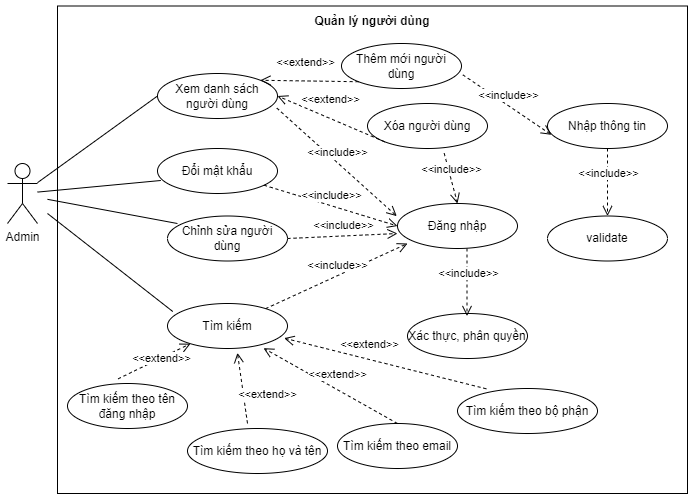
Before: diagram/usecase/9.QLND.png, a diagram exported from draw.io (trankhoa2000/DATN-2022). Source tidied: cells renumbered, new cells last; positions are measured from the earlier drawing's top-left corner, leaving out a move shared by most shapes.
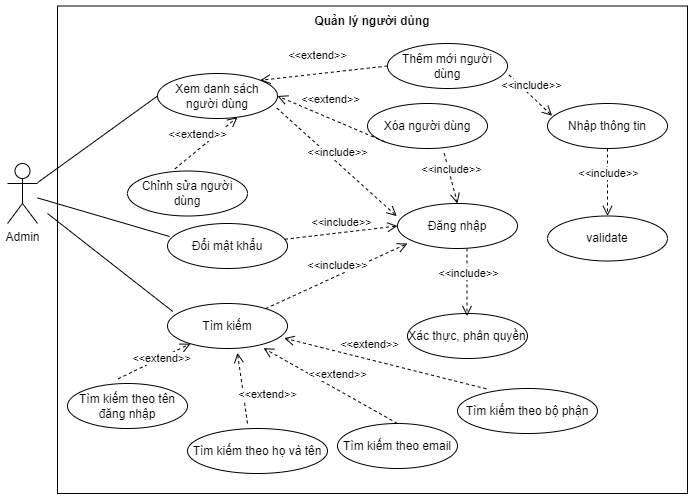
Later version of the same file.

What changed in the source:
```diff
@@ -17,16 +17,16 @@
     <mxCell id="6" value="Đăng nhập" style="ellipse;whiteSpace=wrap;html=1;fillColor=none;" parent="1" vertex="1">
       <mxGeometry x="390" y="198" width="120" height="45" as="geometry" />
     </mxCell>
-    <mxCell id="7" value="&amp;lt;&amp;lt;include&amp;gt;&amp;gt;" style="html=1;verticalAlign=bottom;endArrow=open;dashed=1;endSize=8;rounded=0;entryX=0.033;entryY=0.696;entryDx=0;entryDy=0;exitX=1.011;exitY=0.696;exitDx=0;exitDy=0;exitPerimeter=0;entryPerimeter=0;" parent="1" edge="1" source="9" target="11">
+    <mxCell id="7" value="&amp;lt;&amp;lt;include&amp;gt;&amp;gt;" style="html=1;verticalAlign=bottom;endArrow=open;dashed=1;endSize=8;rounded=0;entryX=0.039;entryY=0.274;entryDx=0;entryDy=0;exitX=1.011;exitY=0.696;exitDx=0;exitDy=0;exitPerimeter=0;entryPerimeter=0;" parent="1" edge="1" source="9" target="11">
       <mxGeometry x="0.01" y="1" relative="1" as="geometry" />
     </mxCell>
     <mxCell id="8" value="Xem danh sách người dùng" style="ellipse;whiteSpace=wrap;html=1;fillColor=none;" parent="1" vertex="1">
       <mxGeometry x="150" y="68" width="120" height="45" as="geometry" />
     </mxCell>
     <mxCell id="9" value="Thêm mới người dùng" style="ellipse;whiteSpace=wrap;html=1;fillColor=none;" parent="1" vertex="1">
-      <mxGeometry x="334" y="38" width="120" height="45" as="geometry" />
+      <mxGeometry x="380" y="38" width="120" height="45" as="geometry" />
     </mxCell>
-    <mxCell id="10" value="&amp;lt;&amp;lt;extend&amp;gt;&amp;gt;" style="html=1;verticalAlign=bottom;endArrow=open;dashed=1;endSize=8;rounded=0;strokeWidth=1;exitX=0;exitY=1;exitDx=0;exitDy=0;entryX=1;entryY=0;entryDx=0;entryDy=0;" parent="1" edge="1" source="9" target="8">
+    <mxCell id="10" value="&amp;lt;&amp;lt;extend&amp;gt;&amp;gt;" style="html=1;verticalAlign=bottom;endArrow=open;dashed=1;endSize=8;rounded=0;strokeWidth=1;exitX=0;exitY=0.5;exitDx=0;exitDy=0;entryX=1;entryY=0;entryDx=0;entryDy=0;" parent="1" edge="1" source="9" target="8">
       <mxGeometry x="0.08" y="-9" relative="1" as="geometry" />
     </mxCell>
     <mxCell id="11" value="Nhập thông tin" style="ellipse;whiteSpace=wrap;html=1;fillColor=none;" parent="1" vertex="1">
@@ -42,16 +42,8 @@
       <mxGeometry x="0.01" y="1" relative="1" as="geometry" />
     </mxCell>
     <mxCell id="15" value="Chỉnh sửa người dùng" style="ellipse;whiteSpace=wrap;html=1;fillColor=none;" parent="1" vertex="1">
-      <mxGeometry x="160" y="210.5" width="120" height="45" as="geometry" />
+      <mxGeometry x="120" y="165.5" width="120" height="45" as="geometry" />
     </mxCell>
-    <mxCell id="16" style="endArrow=none;html=1;rounded=0;strokeWidth=1;entryX=0.083;entryY=0.167;entryDx=0;entryDy=0;entryPerimeter=0;" parent="1" edge="1" target="15">
-      <mxGeometry relative="1" as="geometry">
-        <mxPoint x="40" y="193.8" as="sourcePoint" />
-      </mxGeometry>
-    </mxCell>
-    <mxCell id="17" value="&amp;lt;&amp;lt;include&amp;gt;&amp;gt;" style="html=1;verticalAlign=bottom;endArrow=open;dashed=1;endSize=8;rounded=0;entryX=0;entryY=0.667;entryDx=0;entryDy=0;exitX=1;exitY=0.5;exitDx=0;exitDy=0;entryPerimeter=0;" parent="1" edge="1" source="15" target="6">
-      <mxGeometry x="0.01" y="1" relative="1" as="geometry" />
-    </mxCell>
     <mxCell id="18" value="Xác thực, phân quyền" style="ellipse;whiteSpace=wrap;html=1;fillColor=none;" parent="1" vertex="1">
       <mxGeometry x="400" y="308" width="120" height="45" as="geometry" />
     </mxCell>
@@ -110,13 +102,16 @@
       <mxGeometry x="0.01" y="1" relative="1" as="geometry" />
     </mxCell>
     <mxCell id="34" value="Đổi mật khẩu" style="ellipse;whiteSpace=wrap;html=1;fillColor=none;" parent="1" vertex="1">
-      <mxGeometry x="150" y="143" width="120" height="45" as="geometry" />
+      <mxGeometry x="160" y="218" width="120" height="45" as="geometry" />
     </mxCell>
-    <mxCell id="35" style="endArrow=none;html=1;rounded=0;strokeWidth=1;entryX=0.028;entryY=0.711;entryDx=0;entryDy=0;entryPerimeter=0;" parent="1" edge="1" source="2" target="34">
+    <mxCell id="35" style="endArrow=none;html=1;rounded=0;strokeWidth=1;entryX=0.017;entryY=0.289;entryDx=0;entryDy=0;entryPerimeter=0;" parent="1" edge="1" source="2" target="34">
       <mxGeometry relative="1" as="geometry" />
     </mxCell>
     <mxCell id="36" value="&amp;lt;&amp;lt;include&amp;gt;&amp;gt;" style="html=1;verticalAlign=bottom;endArrow=open;dashed=1;endSize=8;rounded=0;entryX=0;entryY=0.5;entryDx=0;entryDy=0;" parent="1" edge="1" source="34" target="6">
       <mxGeometry x="0.01" y="1" relative="1" as="geometry" />
     </mxCell>
+    <mxCell id="37" value="&amp;lt;&amp;lt;extend&amp;gt;&amp;gt;" style="html=1;verticalAlign=bottom;endArrow=open;dashed=1;endSize=8;rounded=0;entryX=0.667;entryY=0.97;entryDx=0;entryDy=0;exitX=0.394;exitY=-0.044;exitDx=0;exitDy=0;entryPerimeter=0;exitPerimeter=0;" parent="1" edge="1" source="15" target="8">
+      <mxGeometry x="-0.17" y="5" relative="1" as="geometry" />
+    </mxCell>
   </root>
 </mxGraphModel>
```
